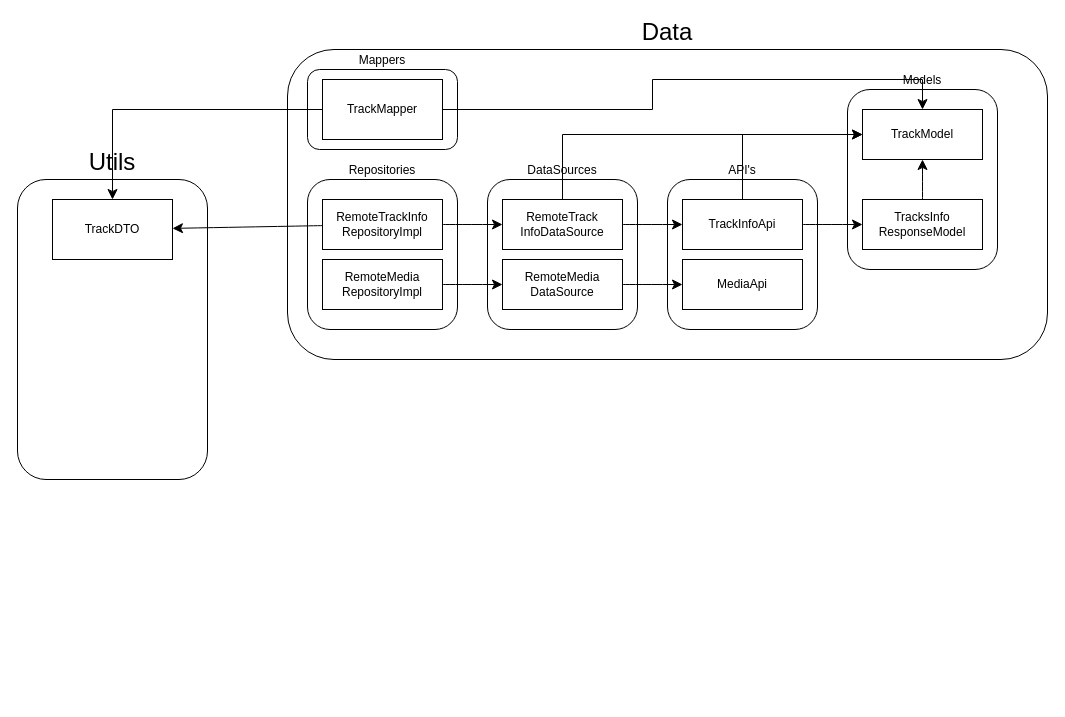
Livmasss/Noizer-backend keeps this draw.io diagram as diagrams/.drawio. Above is the earlier version. Source tidied: cells renumbered, new cells numbered last; positions are measured from the earlier drawing's top-left corner, leaving out a move shared by most shapes. Both pictures are drawn from the tidied source at 100%, with x=0, y=0 at pixel (17, 49).
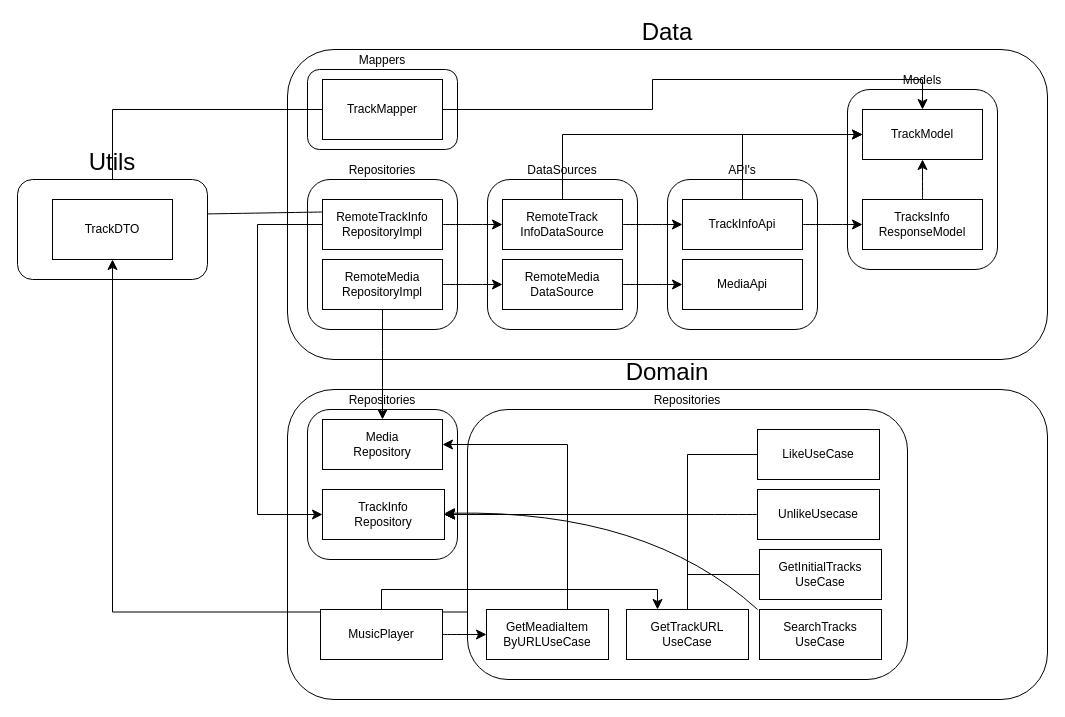
The same diagram, later.

Commit message:
Domain layer create in .drawio

Unchanged cells that the change refers to:
```xml
<mxCell id="15" value="RemoteMedia&lt;div&gt;RepositoryImpl&lt;/div&gt;" style="rounded=0;whiteSpace=wrap;html=1;" parent="13" vertex="1">
  <mxGeometry x="15" y="80" width="120" height="50" as="geometry" />
</mxCell>
<mxCell id="16" value="&lt;div&gt;RemoteTrackInfo&lt;/div&gt;&lt;div&gt;RepositoryImpl&lt;/div&gt;" style="rounded=0;whiteSpace=wrap;html=1;" parent="13" vertex="1">
  <mxGeometry x="15" y="20" width="120" height="50" as="geometry" />
</mxCell>
```

The edit, as a diff of the source:
```diff
@@
-    <mxCell id="27" style="group;" parent="1" vertex="1">
-      <mxGeometry y="130" width="190" height="300" as="geometry" />
-    </mxCell>
-    <mxCell id="28" value="Utils" style="rounded=1;whiteSpace=wrap;html=1;labelPosition=center;verticalLabelPosition=top;align=center;verticalAlign=bottom;fontSize=24;" parent="27" vertex="1">
-      <mxGeometry width="190" height="300" as="geometry" />
-    </mxCell>
-    <mxCell id="29" value="TrackDTO" style="rounded=0;whiteSpace=wrap;html=1;" parent="27" vertex="1">
-      <mxGeometry x="35" y="20" width="120" height="60" as="geometry" />
-    </mxCell>
-    <mxCell id="30" style="edgeStyle=none;curved=1;rounded=0;jettySize=auto;html=1;fontSize=12;startSize=8;endSize=8;" parent="1" edge="1" source="16" target="29">
+    <mxCell id="30" style="edgeStyle=none;curved=1;rounded=0;jettySize=auto;html=1;fontSize=12;startSize=8;endSize=8;exitX=0;exitY=0.25;exitDx=0;exitDy=0;entryX=1;entryY=0.25;entryDx=0;entryDy=0;" parent="1" edge="1" source="16" target="29">
       <mxGeometry relative="1" as="geometry" />
     </mxCell>
@@
+    <mxCell id="35" style="group;" parent="1" vertex="1">
+      <mxGeometry y="130" width="190" height="100" as="geometry" />
+    </mxCell>
+    <mxCell id="28" value="Utils" style="rounded=1;whiteSpace=wrap;html=1;labelPosition=center;verticalLabelPosition=top;align=center;verticalAlign=bottom;fontSize=24;" parent="35" vertex="1">
+      <mxGeometry width="190" height="100" as="geometry" />
+    </mxCell>
+    <mxCell id="29" value="TrackDTO" style="rounded=0;whiteSpace=wrap;html=1;" parent="35" vertex="1">
+      <mxGeometry x="35" y="20" width="120" height="60" as="geometry" />
+    </mxCell>
+    <mxCell id="36" value="Domain" style="rounded=1;whiteSpace=wrap;html=1;labelPosition=center;verticalLabelPosition=top;align=center;verticalAlign=bottom;fontSize=24;" parent="1" vertex="1">
+      <mxGeometry x="270" y="340" width="760" height="310" as="geometry" />
+    </mxCell>
+    <mxCell id="37" style="group;" parent="1" vertex="1">
+      <mxGeometry x="290" y="360" width="150" height="150" as="geometry" />
+    </mxCell>
+    <mxCell id="38" value="Repositories" style="rounded=1;whiteSpace=wrap;html=1;labelPosition=center;verticalLabelPosition=top;align=center;verticalAlign=bottom;" parent="37" vertex="1">
+      <mxGeometry width="150" height="150" as="geometry" />
+    </mxCell>
+    <mxCell id="39" value="&lt;div&gt;TrackInfo&lt;/div&gt;&lt;div&gt;Repository&lt;/div&gt;" style="rounded=0;whiteSpace=wrap;html=1;" parent="37" vertex="1">
+      <mxGeometry x="15" y="80" width="122" height="50" as="geometry" />
+    </mxCell>
+    <mxCell id="40" style="edgeStyle=none;curved=1;rounded=0;orthogonalLoop=1;jettySize=auto;html=1;exitX=0.75;exitY=0;exitDx=0;exitDy=0;fontSize=12;startSize=8;endSize=8;" parent="37" edge="1" source="38" target="38">
+      <mxGeometry relative="1" as="geometry" />
+    </mxCell>
+    <mxCell id="41" value="Media&lt;div&gt;Repository&lt;/div&gt;" style="rounded=0;whiteSpace=wrap;html=1;" parent="37" vertex="1">
+      <mxGeometry x="15" y="10" width="120" height="50" as="geometry" />
+    </mxCell>
+    <mxCell id="42" style="edgeStyle=none;curved=1;rounded=0;jettySize=auto;html=1;fontSize=12;startSize=8;endSize=8;" parent="1" edge="1" source="15" target="41">
+      <mxGeometry relative="1" as="geometry" />
+    </mxCell>
+    <mxCell id="43" style="edgeStyle=orthogonalEdgeStyle;rounded=0;jettySize=auto;html=1;fontSize=12;startSize=8;endSize=8;" parent="1" edge="1" source="16" target="39">
+      <mxGeometry relative="1" as="geometry">
+        <Array as="points">
+          <mxPoint x="240" y="175" />
+          <mxPoint x="240" y="465" />
+        </Array>
+      </mxGeometry>
+    </mxCell>
+    <mxCell id="44" style="edgeStyle=orthogonalEdgeStyle;rounded=0;jettySize=auto;html=1;exitX=0;exitY=0.75;exitDx=0;exitDy=0;fontSize=12;startSize=8;endSize=8;" parent="1" edge="1" source="46" target="29">
+      <mxGeometry relative="1" as="geometry" />
+    </mxCell>
+    <mxCell id="45" style="group;" parent="1" vertex="1">
+      <mxGeometry x="450" y="360" width="440" height="270" as="geometry" />
+    </mxCell>
+    <mxCell id="46" value="Repositories" style="rounded=1;whiteSpace=wrap;html=1;labelPosition=center;verticalLabelPosition=top;align=center;verticalAlign=bottom;" parent="45" vertex="1">
+      <mxGeometry width="440" height="270" as="geometry" />
+    </mxCell>
+    <mxCell id="47" value="UnlikeUsecase" style="rounded=0;whiteSpace=wrap;html=1;" parent="45" vertex="1">
+      <mxGeometry x="290" y="80" width="122" height="50" as="geometry" />
+    </mxCell>
+    <mxCell id="48" style="edgeStyle=none;curved=1;rounded=0;orthogonalLoop=1;jettySize=auto;html=1;exitX=0.75;exitY=0;exitDx=0;exitDy=0;fontSize=12;startSize=8;endSize=8;" parent="45" edge="1" source="46" target="46">
+      <mxGeometry relative="1" as="geometry" />
+    </mxCell>
+    <mxCell id="49" value="LikeUseCase" style="rounded=0;whiteSpace=wrap;html=1;" parent="45" vertex="1">
+      <mxGeometry x="290" y="20" width="122" height="50" as="geometry" />
+    </mxCell>
+    <mxCell id="50" value="&lt;div&gt;GetInitialTracks&lt;/div&gt;&lt;div&gt;UseCase&lt;br&gt;&lt;/div&gt;" style="rounded=0;whiteSpace=wrap;html=1;" parent="45" vertex="1">
+      <mxGeometry x="292" y="140" width="122" height="50" as="geometry" />
+    </mxCell>
+    <mxCell id="51" value="&lt;div&gt;SearchTracks&lt;/div&gt;&lt;div&gt;UseCase&lt;br&gt;&lt;/div&gt;" style="rounded=0;whiteSpace=wrap;html=1;" parent="45" vertex="1">
+      <mxGeometry x="292" y="200" width="122" height="50" as="geometry" />
+    </mxCell>
+    <mxCell id="52" value="&lt;div&gt;GetTrackURL&lt;/div&gt;&lt;div&gt;UseCase&lt;br&gt;&lt;/div&gt;" style="rounded=0;whiteSpace=wrap;html=1;" parent="45" vertex="1">
+      <mxGeometry x="159" y="200" width="122" height="50" as="geometry" />
+    </mxCell>
+    <mxCell id="53" value="&lt;div&gt;GetMeadiaItem&lt;/div&gt;&lt;div&gt;ByURLUseCase&lt;br&gt;&lt;/div&gt;" style="rounded=0;whiteSpace=wrap;html=1;" parent="45" vertex="1">
+      <mxGeometry x="19" y="200" width="122" height="50" as="geometry" />
+    </mxCell>
+    <mxCell id="54" style="edgeStyle=orthogonalEdgeStyle;rounded=0;jettySize=auto;html=1;fontSize=12;startSize=8;endSize=8;" parent="1" edge="1" source="53" target="41">
+      <mxGeometry relative="1" as="geometry">
+        <Array as="points">
+          <mxPoint x="550" y="395" />
+        </Array>
+      </mxGeometry>
+    </mxCell>
+    <mxCell id="55" style="edgeStyle=orthogonalEdgeStyle;rounded=0;jettySize=auto;html=1;fontSize=12;startSize=8;endSize=8;" parent="1" edge="1" source="49" target="39">
+      <mxGeometry relative="1" as="geometry">
+        <Array as="points">
+          <mxPoint x="670" y="405" />
+          <mxPoint x="670" y="465" />
+        </Array>
+      </mxGeometry>
+    </mxCell>
+    <mxCell id="56" style="edgeStyle=none;curved=1;rounded=0;jettySize=auto;html=1;fontSize=12;startSize=8;endSize=8;" parent="1" edge="1" source="47" target="39">
+      <mxGeometry relative="1" as="geometry" />
+    </mxCell>
+    <mxCell id="57" style="edgeStyle=orthogonalEdgeStyle;rounded=0;jettySize=auto;html=1;fontSize=12;startSize=8;endSize=8;" parent="1" edge="1" source="50" target="39">
+      <mxGeometry relative="1" as="geometry">
+        <Array as="points">
+          <mxPoint x="670" y="525" />
+          <mxPoint x="670" y="465" />
+        </Array>
+      </mxGeometry>
+    </mxCell>
+    <mxCell id="58" style="edgeStyle=none;curved=1;rounded=0;jettySize=auto;html=1;fontSize=12;startSize=8;endSize=8;exitX=-0.016;exitY=1.2;exitDx=0;exitDy=0;exitPerimeter=0;" parent="1" edge="1" source="50" target="39">
+      <mxGeometry relative="1" as="geometry">
+        <Array as="points">
+          <mxPoint x="630" y="460" />
+        </Array>
+      </mxGeometry>
+    </mxCell>
+    <mxCell id="59" style="edgeStyle=orthogonalEdgeStyle;rounded=0;jettySize=auto;html=1;fontSize=12;startSize=8;endSize=8;" parent="1" edge="1" source="52" target="39">
+      <mxGeometry relative="1" as="geometry">
+        <Array as="points">
+          <mxPoint x="670" y="465" />
+        </Array>
+      </mxGeometry>
+    </mxCell>
+    <mxCell id="60" style="edgeStyle=none;curved=1;rounded=0;jettySize=auto;html=1;fontSize=12;startSize=8;endSize=8;" parent="1" edge="1" source="62" target="53">
+      <mxGeometry relative="1" as="geometry" />
+    </mxCell>
+    <mxCell id="61" style="edgeStyle=orthogonalEdgeStyle;rounded=0;jettySize=auto;html=1;fontSize=12;startSize=8;endSize=8;" parent="1" edge="1" source="62" target="52">
+      <mxGeometry relative="1" as="geometry">
+        <Array as="points">
+          <mxPoint x="364" y="540" />
+          <mxPoint x="640" y="540" />
+        </Array>
+      </mxGeometry>
+    </mxCell>
+    <mxCell id="62" value="MusicPlayer" style="rounded=0;whiteSpace=wrap;html=1;" parent="1" vertex="1">
+      <mxGeometry x="303" y="560" width="122" height="50" as="geometry" />
+    </mxCell>
```
